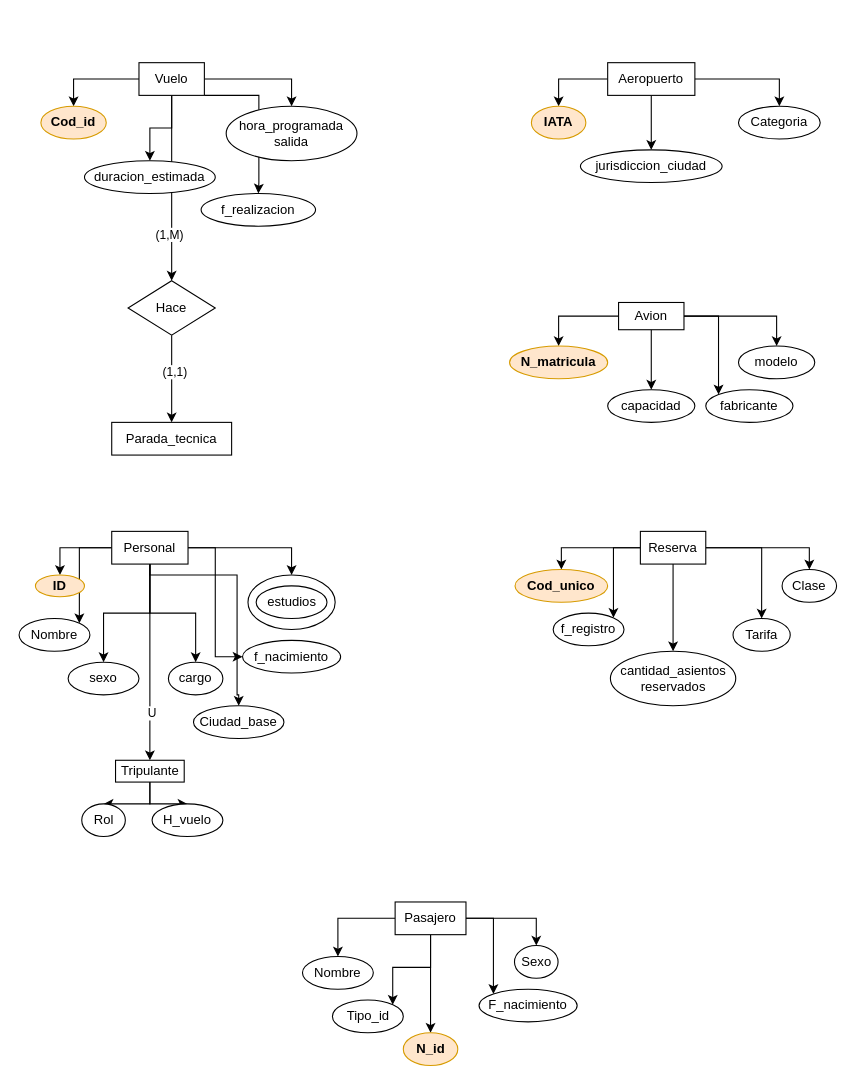
Above: aerolineas.drawio in jhosebro/Bases-de-datos (draw.io), before the change. Source tidied: cells renumbered, new cells numbered last; positions are measured from the earlier drawing's top-left corner, leaving out a move shared by most shapes. Both pictures are drawn from the tidied source at 109%, with x=0, y=0 at pixel (19, 62).
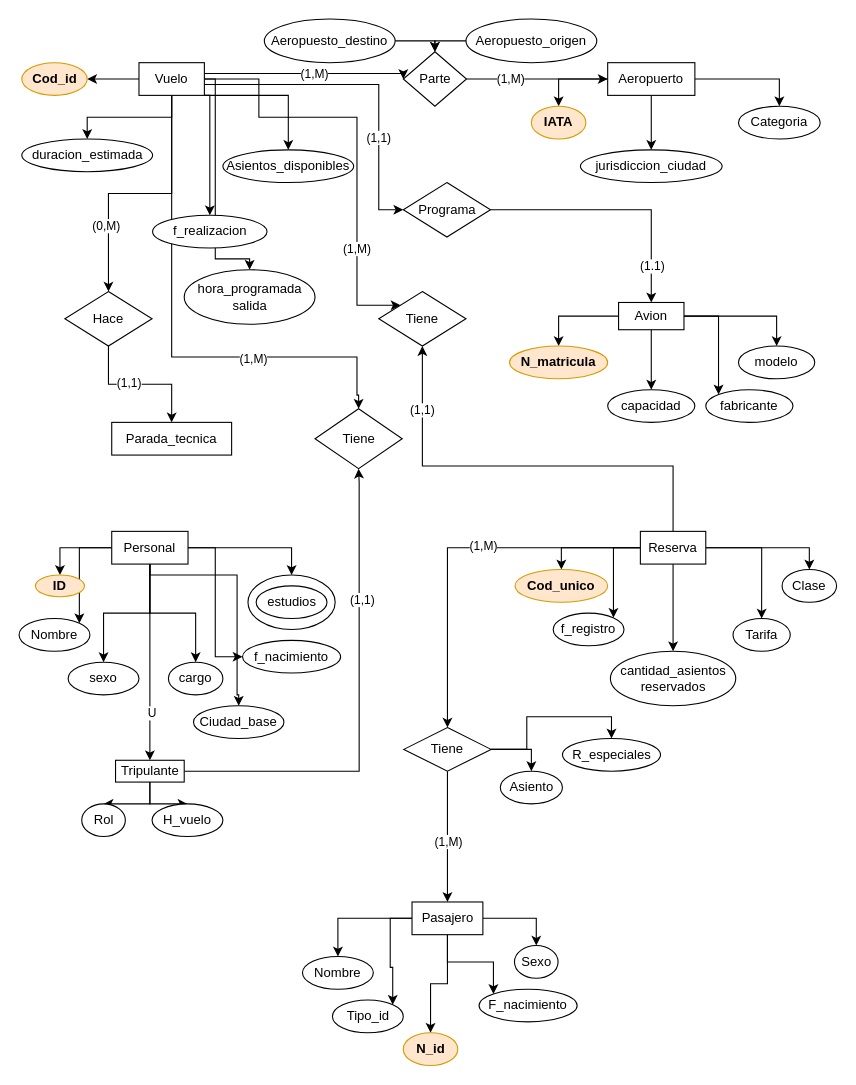
After the change.

Unchanged cells that the change refers to:
```xml
<mxCell id="7" style="edgeStyle=orthogonalEdgeStyle;rounded=0;jettySize=auto;html=1;" parent="1" edge="1" source="9" target="77">
  <mxGeometry relative="1" as="geometry" />
</mxCell>
<mxCell id="9" value="Vuelo" style="rounded=0;whiteSpace=wrap;html=1;" parent="1" vertex="1">
  <mxGeometry x="110" width="60" height="30" as="geometry" />
</mxCell>
<mxCell id="17" value="Aeropuerto" style="rounded=0;whiteSpace=wrap;html=1;" parent="1" vertex="1">
  <mxGeometry x="540" width="80" height="30" as="geometry" />
</mxCell>
<mxCell id="25" value="Avion" style="rounded=0;whiteSpace=wrap;html=1;" parent="1" vertex="1">
  <mxGeometry x="550" y="220" width="60" height="25" as="geometry" />
</mxCell>
<mxCell id="49" value="Tripulante" style="rounded=0;whiteSpace=wrap;html=1;" parent="1" vertex="1">
  <mxGeometry x="88.5" y="640" width="63" height="20" as="geometry" />
</mxCell>
<mxCell id="58" value="Reserva" style="rounded=0;whiteSpace=wrap;html=1;" parent="1" vertex="1">
  <mxGeometry x="570" y="430" width="60" height="30" as="geometry" />
</mxCell>
```

What changed in the source:
```diff
@@
     <mxCell id="5" style="edgeStyle=orthogonalEdgeStyle;rounded=0;jettySize=auto;html=1;entryX=0.5;entryY=0;entryDx=0;entryDy=0;" parent="1" edge="1" source="9" target="12">
-      <mxGeometry relative="1" as="geometry" />
+      <mxGeometry relative="1" as="geometry">
+        <Array as="points">
+          <mxPoint x="180" y="15" />
+          <mxPoint x="180" y="180" />
+        </Array>
+      </mxGeometry>
     </mxCell>
     <mxCell id="6" style="edgeStyle=orthogonalEdgeStyle;rounded=0;jettySize=auto;html=1;entryX=0.5;entryY=0;entryDx=0;entryDy=0;" parent="1" edge="1" source="9" target="46">
       <mxGeometry relative="1" as="geometry">
         <Array as="points">
-          <mxPoint x="220" y="30" />
-          <mxPoint x="220" y="110" />
+          <mxPoint x="175" y="30" />
         </Array>
       </mxGeometry>
     </mxCell>
@@
-    <mxCell id="8" value="(1,M)" style="edgeLabel;html=1;align=center;verticalAlign=middle;" parent="7" vertex="1">
+    <mxCell id="8" value="(0,M)" style="edgeLabel;html=1;align=center;verticalAlign=middle;" parent="7" vertex="1">
       <mxGeometry x="0.49" y="-3" relative="1" as="geometry" />
     </mxCell>
+    <mxCell id="78" style="edgeStyle=orthogonalEdgeStyle;rounded=0;jettySize=auto;html=1;entryX=0;entryY=0.5;entryDx=0;entryDy=0;" parent="1" edge="1" source="9" target="95">
+      <mxGeometry relative="1" as="geometry">
+        <Array as="points">
+          <mxPoint x="353" y="10" />
+        </Array>
+      </mxGeometry>
+    </mxCell>
+    <mxCell id="79" style="edgeStyle=orthogonalEdgeStyle;rounded=0;jettySize=auto;html=1;entryX=0;entryY=0.5;entryDx=0;entryDy=0;" parent="1" edge="1" source="9" target="102">
+      <mxGeometry relative="1" as="geometry">
+        <Array as="points">
+          <mxPoint x="330" y="20" />
+          <mxPoint x="330" y="135" />
+        </Array>
+      </mxGeometry>
+    </mxCell>
+    <mxCell id="80" value="(1,1)" style="edgeLabel;html=1;align=center;verticalAlign=middle;" parent="79" vertex="1">
+      <mxGeometry x="0.4" y="-1" relative="1" as="geometry" />
+    </mxCell>
+    <mxCell id="81" style="edgeStyle=orthogonalEdgeStyle;rounded=0;jettySize=auto;html=1;entryX=0;entryY=0;entryDx=0;entryDy=0;" parent="1" edge="1" source="9" target="108">
+      <mxGeometry relative="1" as="geometry">
+        <Array as="points">
+          <mxPoint x="220" y="15" />
+          <mxPoint x="220" y="50" />
+          <mxPoint x="310" y="50" />
+          <mxPoint x="310" y="223" />
+        </Array>
+      </mxGeometry>
+    </mxCell>
+    <mxCell id="82" value="(1,M)" style="edgeLabel;html=1;align=center;verticalAlign=middle;" parent="81" vertex="1">
+      <mxGeometry x="0.52" y="-1" relative="1" as="geometry" />
+    </mxCell>
+    <mxCell id="83" value="(1,M)" style="edgeLabel;html=1;align=center;verticalAlign=middle;" parent="81" vertex="1">
+      <mxGeometry x="-0.81" y="-2" relative="1" as="geometry">
+        <mxPoint x="63" y="-7" as="offset" />
+      </mxGeometry>
+    </mxCell>
+    <mxCell id="84" style="edgeStyle=orthogonalEdgeStyle;rounded=0;jettySize=auto;html=1;" parent="1" edge="1" source="9" target="109">
+      <mxGeometry relative="1" as="geometry">
+        <Array as="points">
+          <mxPoint x="247" y="30" />
+        </Array>
+      </mxGeometry>
+    </mxCell>
+    <mxCell id="85" style="edgeStyle=orthogonalEdgeStyle;rounded=0;jettySize=auto;html=1;entryX=0.5;entryY=0;entryDx=0;entryDy=0;" parent="1" edge="1" source="9" target="110">
+      <mxGeometry relative="1" as="geometry">
+        <Array as="points">
+          <mxPoint x="140" y="270" />
+          <mxPoint x="310" y="270" />
+          <mxPoint x="310" y="305" />
+        </Array>
+      </mxGeometry>
+    </mxCell>
+    <mxCell id="86" value="(1,M)" style="edgeLabel;html=1;align=center;verticalAlign=middle;" parent="85" vertex="1">
+      <mxGeometry x="0.37" y="-1" relative="1" as="geometry" />
+    </mxCell>
@@
     <mxCell id="10" value="Cod_id" style="ellipse;whiteSpace=wrap;html=1;fillColor=#ffe6cc;strokeColor=#d79b00;fontStyle=1;" parent="1" vertex="1">
-      <mxGeometry x="20" y="40" width="60" height="30" as="geometry" />
+      <mxGeometry x="2.5" width="60" height="30" as="geometry" />
     </mxCell>
     <mxCell id="11" value="duracion_estimada" style="ellipse;whiteSpace=wrap;html=1;" parent="1" vertex="1">
-      <mxGeometry x="60" y="90" width="120" height="30" as="geometry" />
+      <mxGeometry x="2.5" y="70" width="120" height="30" as="geometry" />
     </mxCell>
     <mxCell id="12" value="hora_programada&lt;br&gt;salida" style="ellipse;whiteSpace=wrap;html=1;" parent="1" vertex="1">
-      <mxGeometry x="190" y="40" width="120" height="50" as="geometry" />
+      <mxGeometry x="151.5" y="190" width="120" height="50" as="geometry" />
     </mxCell>
@@
     <mxCell id="46" value="f_realizacion" style="ellipse;whiteSpace=wrap;html=1;" parent="1" vertex="1">
-      <mxGeometry x="167" y="120" width="105" height="30" as="geometry" />
+      <mxGeometry x="122.5" y="140" width="105" height="30" as="geometry" />
     </mxCell>
@@
+    <mxCell id="87" style="edgeStyle=orthogonalEdgeStyle;rounded=0;jettySize=auto;html=1;entryX=0.5;entryY=1;entryDx=0;entryDy=0;" parent="1" edge="1" source="49" target="110">
+      <mxGeometry relative="1" as="geometry">
+        <Array as="points">
+          <mxPoint x="312" y="650" />
+          <mxPoint x="312" y="385" />
+        </Array>
+      </mxGeometry>
+    </mxCell>
+    <mxCell id="88" value="(1,1)" style="edgeLabel;html=1;align=center;verticalAlign=middle;" parent="87" vertex="1">
+      <mxGeometry x="0.45" y="-2" relative="1" as="geometry" />
+    </mxCell>
@@
+    <mxCell id="89" style="edgeStyle=orthogonalEdgeStyle;rounded=0;jettySize=auto;html=1;entryX=0.5;entryY=0;entryDx=0;entryDy=0;" parent="1" edge="1" source="58" target="107">
+      <mxGeometry relative="1" as="geometry" />
+    </mxCell>
+    <mxCell id="90" value="(1,M)" style="edgeLabel;html=1;align=center;verticalAlign=middle;" parent="89" vertex="1">
+      <mxGeometry x="-0.15" y="-2" relative="1" as="geometry" />
+    </mxCell>
+    <mxCell id="91" style="edgeStyle=orthogonalEdgeStyle;rounded=0;jettySize=auto;html=1;entryX=0.5;entryY=1;entryDx=0;entryDy=0;" parent="1" edge="1" source="58" target="108">
+      <mxGeometry relative="1" as="geometry">
+        <Array as="points">
+          <mxPoint x="600" y="370" />
+          <mxPoint x="370" y="370" />
+        </Array>
+      </mxGeometry>
+    </mxCell>
+    <mxCell id="92" value="(1,1)" style="edgeLabel;html=1;align=center;verticalAlign=middle;" parent="91" vertex="1">
+      <mxGeometry x="0.71" y="1" relative="1" as="geometry" />
+    </mxCell>
@@
     <mxCell id="69" value="Pasajero" style="rounded=0;whiteSpace=wrap;html=1;" parent="1" vertex="1">
-      <mxGeometry x="345" y="770" width="65" height="30" as="geometry" />
+      <mxGeometry x="360.5" y="770" width="65" height="30" as="geometry" />
     </mxCell>
@@
     <mxCell id="77" value="Hace" style="rhombus;whiteSpace=wrap;html=1;" parent="1" vertex="1">
-      <mxGeometry x="100" y="200" width="80" height="50" as="geometry" />
+      <mxGeometry x="42" y="210" width="80" height="50" as="geometry" />
     </mxCell>
+    <mxCell id="93" style="edgeStyle=orthogonalEdgeStyle;rounded=0;jettySize=auto;html=1;" parent="1" edge="1" source="95" target="17">
+      <mxGeometry relative="1" as="geometry" />
+    </mxCell>
+    <mxCell id="94" value="(1,M)" style="edgeLabel;html=1;align=center;verticalAlign=middle;" parent="93" vertex="1">
+      <mxGeometry x="-0.39" y="1" relative="1" as="geometry">
+        <mxPoint x="1" as="offset" />
+      </mxGeometry>
+    </mxCell>
+    <mxCell id="95" value="Parte" style="rhombus;whiteSpace=wrap;html=1;" parent="1" vertex="1">
+      <mxGeometry x="352.5" y="-10" width="58" height="50" as="geometry" />
+    </mxCell>
+    <mxCell id="96" style="edgeStyle=orthogonalEdgeStyle;rounded=0;jettySize=auto;html=1;entryX=0.5;entryY=0;entryDx=0;entryDy=0;" parent="1" edge="1" source="97" target="95">
+      <mxGeometry relative="1" as="geometry">
+        <Array as="points">
+          <mxPoint x="382" y="-20" />
+        </Array>
+      </mxGeometry>
+    </mxCell>
+    <mxCell id="97" value="Aeropuesto_origen" style="ellipse;whiteSpace=wrap;html=1;" parent="1" vertex="1">
+      <mxGeometry x="410" y="-40" width="120" height="40" as="geometry" />
+    </mxCell>
+    <mxCell id="98" style="edgeStyle=orthogonalEdgeStyle;rounded=0;jettySize=auto;html=1;entryX=0.5;entryY=0;entryDx=0;entryDy=0;" parent="1" edge="1" source="99" target="95">
+      <mxGeometry relative="1" as="geometry">
+        <Array as="points">
+          <mxPoint x="382" y="-20" />
+        </Array>
+      </mxGeometry>
+    </mxCell>
+    <mxCell id="99" value="Aeropuesto_destino" style="ellipse;whiteSpace=wrap;html=1;" parent="1" vertex="1">
+      <mxGeometry x="225" y="-40" width="120" height="40" as="geometry" />
+    </mxCell>
+    <mxCell id="100" style="edgeStyle=orthogonalEdgeStyle;rounded=0;jettySize=auto;html=1;entryX=0.5;entryY=0;entryDx=0;entryDy=0;" parent="1" edge="1" source="102" target="25">
+      <mxGeometry relative="1" as="geometry" />
+    </mxCell>
+    <mxCell id="101" value="(1.1)" style="edgeLabel;html=1;align=center;verticalAlign=middle;" parent="100" vertex="1">
+      <mxGeometry x="0.7" relative="1" as="geometry">
+        <mxPoint y="1" as="offset" />
+      </mxGeometry>
+    </mxCell>
+    <mxCell id="102" value="Programa" style="rhombus;whiteSpace=wrap;html=1;" parent="1" vertex="1">
+      <mxGeometry x="352.5" y="110" width="80" height="50" as="geometry" />
+    </mxCell>
+    <mxCell id="103" style="edgeStyle=orthogonalEdgeStyle;rounded=0;jettySize=auto;html=1;" parent="1" edge="1" source="107" target="69">
+      <mxGeometry relative="1" as="geometry" />
+    </mxCell>
+    <mxCell id="104" value="(1,M)" style="edgeLabel;html=1;align=center;verticalAlign=middle;" parent="103" vertex="1">
+      <mxGeometry x="0.07" relative="1" as="geometry" />
+    </mxCell>
+    <mxCell id="105" style="edgeStyle=orthogonalEdgeStyle;rounded=0;jettySize=auto;html=1;entryX=0.5;entryY=0;entryDx=0;entryDy=0;" parent="1" edge="1" source="107" target="112">
+      <mxGeometry relative="1" as="geometry" />
+    </mxCell>
+    <mxCell id="106" style="edgeStyle=orthogonalEdgeStyle;rounded=0;jettySize=auto;html=1;entryX=0.5;entryY=0;entryDx=0;entryDy=0;" parent="1" edge="1" source="107" target="111">
+      <mxGeometry relative="1" as="geometry" />
+    </mxCell>
+    <mxCell id="107" value="Tiene" style="rhombus;whiteSpace=wrap;html=1;" parent="1" vertex="1">
+      <mxGeometry x="353" y="610" width="80" height="40" as="geometry" />
+    </mxCell>
+    <mxCell id="108" value="Tiene" style="rhombus;whiteSpace=wrap;html=1;" parent="1" vertex="1">
+      <mxGeometry x="330" y="210" width="80" height="50" as="geometry" />
+    </mxCell>
+    <mxCell id="109" value="Asientos_disponibles" style="ellipse;whiteSpace=wrap;html=1;" parent="1" vertex="1">
+      <mxGeometry x="187" y="80" width="120" height="30" as="geometry" />
+    </mxCell>
+    <mxCell id="110" value="Tiene" style="rhombus;whiteSpace=wrap;html=1;" parent="1" vertex="1">
+      <mxGeometry x="271.5" y="317.5" width="80" height="55" as="geometry" />
+    </mxCell>
+    <mxCell id="111" value="Asiento" style="ellipse;whiteSpace=wrap;html=1;" parent="1" vertex="1">
+      <mxGeometry x="441.5" y="650" width="57" height="30" as="geometry" />
+    </mxCell>
+    <mxCell id="112" value="R_especiales" style="ellipse;whiteSpace=wrap;html=1;" parent="1" vertex="1">
+      <mxGeometry x="498.5" y="620" width="90" height="30" as="geometry" />
+    </mxCell>
```
